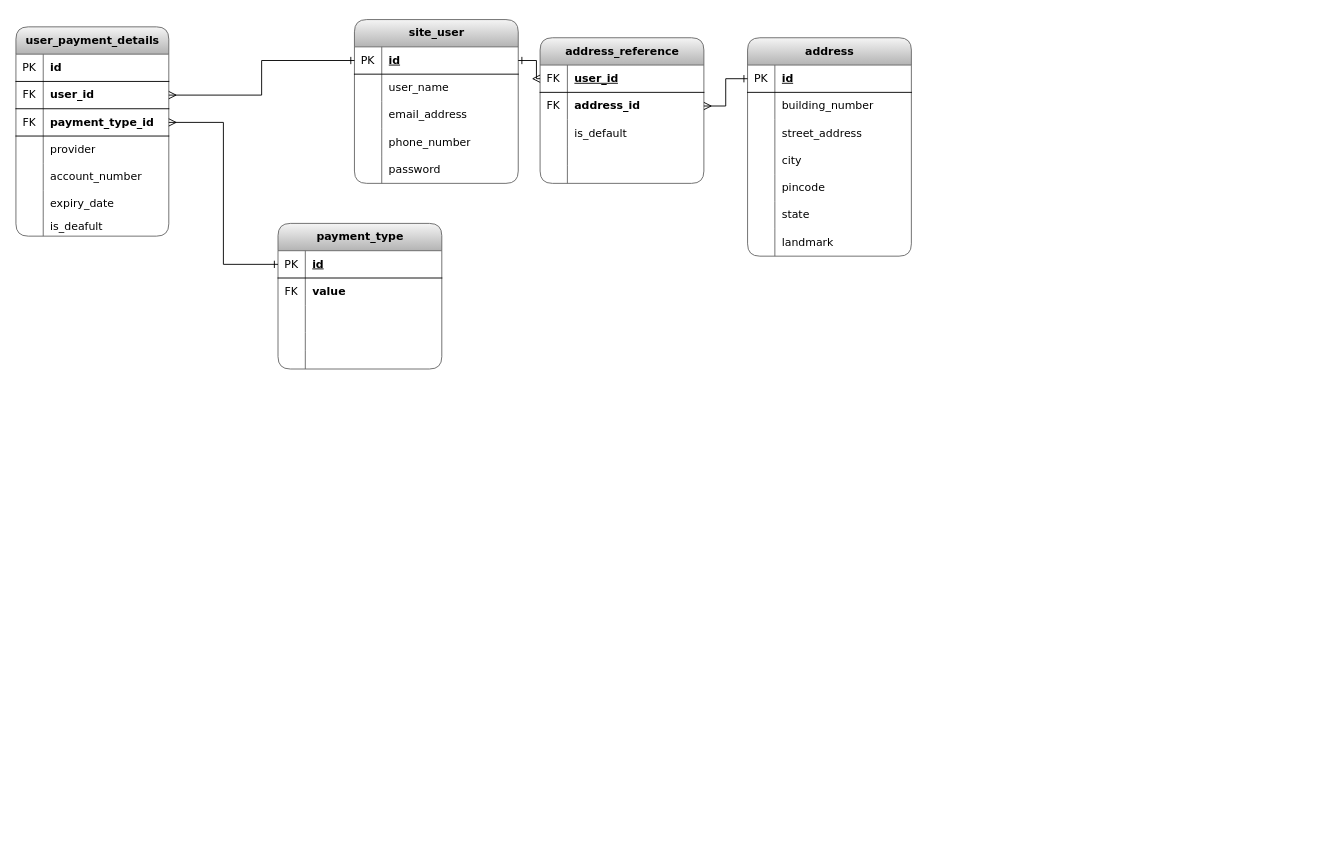
This is e-commerce.drawio from SanjibSaikia/Data-Modelling, a draw.io file, before an edit. Source tidied: cells renumbered, new cells numbered last; positions are measured from the earlier drawing's top-left corner, leaving out a move shared by most shapes. Both pictures are drawn from the tidied source at 91%, with x=0, y=0 at pixel (15, 19).
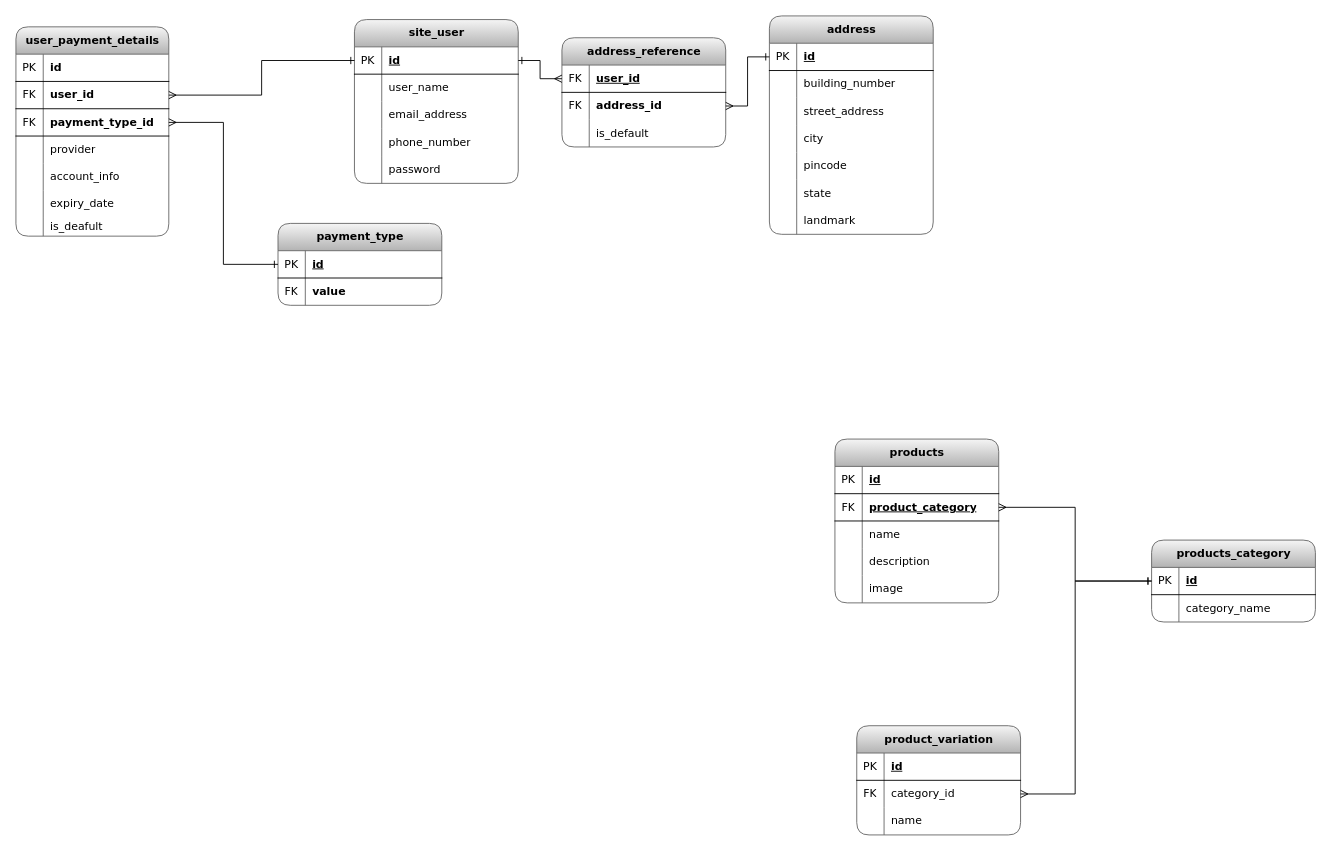
Above is the later version.

Unchanged cells that the change refers to:
```xml
<mxCell id="71" style="shape=tableRow;horizontal=0;startSize=0;swimlaneHead=0;swimlaneBody=0;fillColor=none;top=0;left=0;right=0;bottom=0;fontFamily=Verdana;fontStyle=0;" parent="58" vertex="1">
  <mxGeometry y="150" width="168" height="30" as="geometry" />
</mxCell>
```

The edit, as a diff of the source:
```diff
@@
     <mxCell id="18" value="&lt;b&gt;address&lt;/b&gt;" style="shape=table;startSize=30;childLayout=tableLayout;rowLines=0;fontStyle=0;align=center;html=1;strokeColor=#666666;swimlaneLine=1;rounded=1;shadow=0;fontFamily=Verdana;fillColor=#f5f5f5;gradientColor=#b3b3b3;" parent="1" vertex="1">
-      <mxGeometry x="804" y="20" width="180" height="240" as="geometry" />
+      <mxGeometry x="828" y="-4" width="180" height="240" as="geometry" />
     </mxCell>
@@
     <mxCell id="40" value="&lt;b&gt;address_reference&lt;/b&gt;" style="shape=table;startSize=30;childLayout=tableLayout;rowLines=0;fontStyle=0;align=center;html=1;strokeColor=#666666;swimlaneLine=1;rounded=1;shadow=0;fontFamily=Verdana;fillColor=#f5f5f5;gradientColor=#b3b3b3;" parent="1" vertex="1">
-      <mxGeometry x="576" y="20" width="180" height="160" as="geometry" />
+      <mxGeometry x="600" y="20" width="180" height="120" as="geometry" />
     </mxCell>
@@
-    <mxCell id="50" style="shape=tableRow;horizontal=0;startSize=0;swimlaneHead=0;swimlaneBody=0;fillColor=none;top=0;left=0;right=0;bottom=0;fontFamily=Verdana;fontStyle=0;" parent="40" vertex="1">
-      <mxGeometry y="120" width="180" height="20" as="geometry" />
-    </mxCell>
-    <mxCell id="51" style="shape=partialRectangle;fillColor=none;top=0;left=0;bottom=0;right=0;overflow=hidden;whiteSpace=wrap;html=1;fontFamily=Verdana;fontStyle=0;" parent="50" vertex="1">
-      <mxGeometry width="30" height="20" as="geometry" />
-    </mxCell>
-    <mxCell id="52" style="shape=partialRectangle;fillColor=none;top=0;left=0;bottom=0;right=0;align=left;spacingLeft=6;overflow=hidden;whiteSpace=wrap;html=1;fontStyle=0;fontFamily=Verdana;" parent="50" vertex="1">
-      <mxGeometry x="30" width="150" height="20" as="geometry" />
-    </mxCell>
-    <mxCell id="53" style="shape=tableRow;horizontal=0;startSize=0;swimlaneHead=0;swimlaneBody=0;fillColor=none;top=0;left=0;right=0;bottom=0;fontFamily=Verdana;fontStyle=0;" parent="40" vertex="1">
-      <mxGeometry y="140" width="180" height="20" as="geometry" />
-    </mxCell>
-    <mxCell id="54" style="shape=partialRectangle;fillColor=none;top=0;left=0;bottom=0;right=0;overflow=hidden;whiteSpace=wrap;html=1;fontFamily=Verdana;fontStyle=0;" parent="53" vertex="1">
-      <mxGeometry width="30" height="20" as="geometry" />
-    </mxCell>
-    <mxCell id="55" style="shape=partialRectangle;fillColor=none;top=0;left=0;bottom=0;right=0;align=left;spacingLeft=6;overflow=hidden;whiteSpace=wrap;html=1;fontStyle=0;fontFamily=Verdana;" parent="53" vertex="1">
-      <mxGeometry x="30" width="150" height="20" as="geometry" />
-    </mxCell>
@@
-    <mxCell id="73" value="account_number" style="shape=partialRectangle;fillColor=none;top=0;left=0;bottom=0;right=0;align=left;spacingLeft=6;overflow=hidden;whiteSpace=wrap;html=1;fontStyle=0;fontFamily=Verdana;" parent="71" vertex="1">
+    <mxCell id="73" value="account_info" style="shape=partialRectangle;fillColor=none;top=0;left=0;bottom=0;right=0;align=left;spacingLeft=6;overflow=hidden;whiteSpace=wrap;html=1;fontStyle=0;fontFamily=Verdana;" parent="71" vertex="1">
       <mxGeometry x="30" width="138" height="30" as="geometry" />
     </mxCell>
@@
     <mxCell id="81" value="&lt;b&gt;payment_type&lt;/b&gt;" style="shape=table;startSize=30;childLayout=tableLayout;rowLines=0;fontStyle=0;align=center;html=1;strokeColor=#666666;swimlaneLine=1;rounded=1;shadow=0;fontFamily=Verdana;fillColor=#f5f5f5;gradientColor=#b3b3b3;" parent="1" vertex="1">
-      <mxGeometry x="288" y="224" width="180" height="160" as="geometry" />
+      <mxGeometry x="288" y="224" width="180" height="90" as="geometry" />
     </mxCell>
@@
-    <mxCell id="88" style="shape=tableRow;horizontal=0;startSize=0;swimlaneHead=0;swimlaneBody=0;fillColor=none;top=0;left=0;right=0;bottom=0;fontFamily=Verdana;fontStyle=0;" parent="81" vertex="1">
-      <mxGeometry y="90" width="180" height="30" as="geometry" />
-    </mxCell>
-    <mxCell id="89" style="shape=partialRectangle;fillColor=none;top=0;left=0;bottom=0;right=0;overflow=hidden;whiteSpace=wrap;html=1;fontFamily=Verdana;fontStyle=0;" parent="88" vertex="1">
-      <mxGeometry width="30" height="30" as="geometry" />
-    </mxCell>
-    <mxCell id="90" style="shape=partialRectangle;fillColor=none;top=0;left=0;bottom=0;right=0;align=left;spacingLeft=6;overflow=hidden;whiteSpace=wrap;html=1;fontStyle=0;fontFamily=Verdana;" parent="88" vertex="1">
-      <mxGeometry x="30" width="150" height="30" as="geometry" />
-    </mxCell>
-    <mxCell id="91" style="shape=tableRow;horizontal=0;startSize=0;swimlaneHead=0;swimlaneBody=0;fillColor=none;top=0;left=0;right=0;bottom=0;fontFamily=Verdana;fontStyle=0;" parent="81" vertex="1">
-      <mxGeometry y="120" width="180" height="20" as="geometry" />
-    </mxCell>
-    <mxCell id="92" style="shape=partialRectangle;fillColor=none;top=0;left=0;bottom=0;right=0;overflow=hidden;whiteSpace=wrap;html=1;fontFamily=Verdana;fontStyle=0;" parent="91" vertex="1">
-      <mxGeometry width="30" height="20" as="geometry" />
-    </mxCell>
-    <mxCell id="93" style="shape=partialRectangle;fillColor=none;top=0;left=0;bottom=0;right=0;align=left;spacingLeft=6;overflow=hidden;whiteSpace=wrap;html=1;fontStyle=0;fontFamily=Verdana;" parent="91" vertex="1">
-      <mxGeometry x="30" width="150" height="20" as="geometry" />
-    </mxCell>
-    <mxCell id="94" style="shape=tableRow;horizontal=0;startSize=0;swimlaneHead=0;swimlaneBody=0;fillColor=none;top=0;left=0;right=0;bottom=0;fontFamily=Verdana;fontStyle=0;" parent="81" vertex="1">
-      <mxGeometry y="140" width="180" height="20" as="geometry" />
-    </mxCell>
-    <mxCell id="95" style="shape=partialRectangle;fillColor=none;top=0;left=0;bottom=0;right=0;overflow=hidden;whiteSpace=wrap;html=1;fontFamily=Verdana;fontStyle=0;" parent="94" vertex="1">
-      <mxGeometry width="30" height="20" as="geometry" />
-    </mxCell>
-    <mxCell id="96" style="shape=partialRectangle;fillColor=none;top=0;left=0;bottom=0;right=0;align=left;spacingLeft=6;overflow=hidden;whiteSpace=wrap;html=1;fontStyle=0;fontFamily=Verdana;" parent="94" vertex="1">
-      <mxGeometry x="30" width="150" height="20" as="geometry" />
-    </mxCell>
@@
+    <mxCell id="98" value="&lt;b&gt;products&lt;/b&gt;" style="shape=table;startSize=30;childLayout=tableLayout;rowLines=0;fontStyle=0;align=center;html=1;strokeColor=#666666;swimlaneLine=1;rounded=1;shadow=0;fontFamily=Verdana;fillColor=#f5f5f5;gradientColor=#b3b3b3;" parent="1" vertex="1">
+      <mxGeometry x="900" y="461" width="180" height="180" as="geometry" />
+    </mxCell>
+    <mxCell id="99" style="shape=tableRow;horizontal=0;startSize=0;swimlaneHead=0;swimlaneBody=0;fillColor=none;top=0;left=0;right=0;bottom=1;fontFamily=Verdana;fontStyle=0;" parent="98" vertex="1">
+      <mxGeometry y="30" width="180" height="30" as="geometry" />
+    </mxCell>
+    <mxCell id="100" value="PK" style="shape=partialRectangle;fillColor=none;top=0;left=0;bottom=0;right=0;fontStyle=0;overflow=hidden;whiteSpace=wrap;html=1;fontFamily=Verdana;" parent="99" vertex="1">
+      <mxGeometry width="30" height="30" as="geometry" />
+    </mxCell>
+    <mxCell id="101" value="id" style="shape=partialRectangle;fillColor=none;top=0;left=0;bottom=0;right=0;align=left;spacingLeft=6;fontStyle=5;overflow=hidden;whiteSpace=wrap;html=1;fontFamily=Verdana;" parent="99" vertex="1">
+      <mxGeometry x="30" width="150" height="30" as="geometry" />
+    </mxCell>
+    <mxCell id="102" style="shape=tableRow;horizontal=0;startSize=0;swimlaneHead=0;swimlaneBody=0;fillColor=none;points=[[0,0.5],[1,0.5]];portConstraint=eastwest;top=0;left=0;right=0;bottom=1;fontFamily=Verdana;fontStyle=0;" parent="98" vertex="1">
+      <mxGeometry y="60" width="180" height="30" as="geometry" />
+    </mxCell>
+    <mxCell id="103" value="FK" style="shape=partialRectangle;fillColor=none;top=0;left=0;bottom=0;right=0;fontStyle=0;overflow=hidden;whiteSpace=wrap;html=1;fontFamily=Verdana;" parent="102" vertex="1">
+      <mxGeometry width="30" height="30" as="geometry" />
+    </mxCell>
+    <mxCell id="104" value="product_category" style="shape=partialRectangle;fillColor=none;top=0;left=0;bottom=0;right=0;align=left;spacingLeft=6;fontStyle=5;overflow=hidden;whiteSpace=wrap;html=1;fontFamily=Verdana;" parent="102" vertex="1">
+      <mxGeometry x="30" width="150" height="30" as="geometry" />
+    </mxCell>
+    <mxCell id="105" style="shape=tableRow;horizontal=0;startSize=0;swimlaneHead=0;swimlaneBody=0;fillColor=none;top=0;left=0;right=0;bottom=0;fontFamily=Verdana;fontStyle=0;" parent="98" vertex="1">
+      <mxGeometry y="90" width="180" height="30" as="geometry" />
+    </mxCell>
+    <mxCell id="106" style="shape=partialRectangle;fillColor=none;top=0;left=0;bottom=0;right=0;overflow=hidden;whiteSpace=wrap;html=1;fontFamily=Verdana;fontStyle=0;" parent="105" vertex="1">
+      <mxGeometry width="30" height="30" as="geometry" />
+    </mxCell>
+    <mxCell id="107" value="name" style="shape=partialRectangle;fillColor=none;top=0;left=0;bottom=0;right=0;align=left;spacingLeft=6;overflow=hidden;whiteSpace=wrap;html=1;fontStyle=0;fontFamily=Verdana;" parent="105" vertex="1">
+      <mxGeometry x="30" width="150" height="30" as="geometry" />
+    </mxCell>
+    <mxCell id="108" style="shape=tableRow;horizontal=0;startSize=0;swimlaneHead=0;swimlaneBody=0;fillColor=none;top=0;left=0;right=0;bottom=0;fontFamily=Verdana;fontStyle=0;" parent="98" vertex="1">
+      <mxGeometry y="120" width="180" height="30" as="geometry" />
+    </mxCell>
+    <mxCell id="109" style="shape=partialRectangle;fillColor=none;top=0;left=0;bottom=0;right=0;overflow=hidden;whiteSpace=wrap;html=1;fontFamily=Verdana;fontStyle=0;" parent="108" vertex="1">
+      <mxGeometry width="30" height="30" as="geometry" />
+    </mxCell>
+    <mxCell id="110" value="description" style="shape=partialRectangle;fillColor=none;top=0;left=0;bottom=0;right=0;align=left;spacingLeft=6;overflow=hidden;whiteSpace=wrap;html=1;fontStyle=0;fontFamily=Verdana;" parent="108" vertex="1">
+      <mxGeometry x="30" width="150" height="30" as="geometry" />
+    </mxCell>
+    <mxCell id="111" style="shape=tableRow;horizontal=0;startSize=0;swimlaneHead=0;swimlaneBody=0;fillColor=none;top=0;left=0;right=0;bottom=0;fontFamily=Verdana;fontStyle=0;" parent="98" vertex="1">
+      <mxGeometry y="150" width="180" height="30" as="geometry" />
+    </mxCell>
+    <mxCell id="112" style="shape=partialRectangle;fillColor=none;top=0;left=0;bottom=0;right=0;overflow=hidden;whiteSpace=wrap;html=1;fontFamily=Verdana;fontStyle=0;" parent="111" vertex="1">
+      <mxGeometry width="30" height="30" as="geometry" />
+    </mxCell>
+    <mxCell id="113" value="image" style="shape=partialRectangle;fillColor=none;top=0;left=0;bottom=0;right=0;align=left;spacingLeft=6;overflow=hidden;whiteSpace=wrap;html=1;fontStyle=0;fontFamily=Verdana;" parent="111" vertex="1">
+      <mxGeometry x="30" width="150" height="30" as="geometry" />
+    </mxCell>
+    <mxCell id="114" value="&lt;b&gt;products_category&lt;/b&gt;" style="shape=table;startSize=30;childLayout=tableLayout;rowLines=0;fontStyle=0;align=center;html=1;strokeColor=#666666;swimlaneLine=1;rounded=1;shadow=0;fontFamily=Verdana;fillColor=#f5f5f5;gradientColor=#b3b3b3;" parent="1" vertex="1">
+      <mxGeometry x="1248" y="572" width="180" height="90" as="geometry" />
+    </mxCell>
+    <mxCell id="115" style="shape=tableRow;horizontal=0;startSize=0;swimlaneHead=0;swimlaneBody=0;fillColor=none;points=[[0,0.5],[1,0.5]];portConstraint=eastwest;top=0;left=0;right=0;bottom=1;fontFamily=Verdana;fontStyle=0;" parent="114" vertex="1">
+      <mxGeometry y="30" width="180" height="30" as="geometry" />
+    </mxCell>
+    <mxCell id="116" value="PK" style="shape=partialRectangle;fillColor=none;top=0;left=0;bottom=0;right=0;fontStyle=0;overflow=hidden;whiteSpace=wrap;html=1;fontFamily=Verdana;" parent="115" vertex="1">
+      <mxGeometry width="30" height="30" as="geometry" />
+    </mxCell>
+    <mxCell id="117" value="id" style="shape=partialRectangle;fillColor=none;top=0;left=0;bottom=0;right=0;align=left;spacingLeft=6;fontStyle=5;overflow=hidden;whiteSpace=wrap;html=1;fontFamily=Verdana;" parent="115" vertex="1">
+      <mxGeometry x="30" width="150" height="30" as="geometry" />
+    </mxCell>
+    <mxCell id="118" style="shape=tableRow;horizontal=0;startSize=0;swimlaneHead=0;swimlaneBody=0;fillColor=none;top=0;left=0;right=0;bottom=0;fontFamily=Verdana;fontStyle=0;" parent="114" vertex="1">
+      <mxGeometry y="60" width="180" height="30" as="geometry" />
+    </mxCell>
+    <mxCell id="119" style="shape=partialRectangle;fillColor=none;top=0;left=0;bottom=0;right=0;overflow=hidden;whiteSpace=wrap;html=1;fontFamily=Verdana;fontStyle=0;" parent="118" vertex="1">
+      <mxGeometry width="30" height="30" as="geometry" />
+    </mxCell>
+    <mxCell id="120" value="category_name" style="shape=partialRectangle;fillColor=none;top=0;left=0;bottom=0;right=0;align=left;spacingLeft=6;overflow=hidden;whiteSpace=wrap;html=1;fontStyle=0;fontFamily=Verdana;" parent="118" vertex="1">
+      <mxGeometry x="30" width="150" height="30" as="geometry" />
+    </mxCell>
+    <mxCell id="121" style="edgeStyle=orthogonalEdgeStyle;rounded=0;jettySize=auto;html=1;exitX=1;exitY=0.5;exitDx=0;exitDy=0;entryX=0;entryY=0.5;entryDx=0;entryDy=0;startArrow=ERmany;startFill=0;endArrow=ERone;endFill=0;" parent="1" edge="1" source="102" target="114">
+      <mxGeometry relative="1" as="geometry" />
+    </mxCell>
+    <mxCell id="122" value="&lt;b&gt;product_variation&lt;/b&gt;" style="shape=table;startSize=30;childLayout=tableLayout;rowLines=0;fontStyle=0;align=center;html=1;strokeColor=#666666;swimlaneLine=1;rounded=1;shadow=0;fontFamily=Verdana;fillColor=#f5f5f5;gradientColor=#b3b3b3;" parent="1" vertex="1">
+      <mxGeometry x="924" y="776" width="180" height="120" as="geometry" />
+    </mxCell>
+    <mxCell id="123" style="shape=tableRow;horizontal=0;startSize=0;swimlaneHead=0;swimlaneBody=0;fillColor=none;top=0;left=0;right=0;bottom=1;fontFamily=Verdana;fontStyle=0;" parent="122" vertex="1">
+      <mxGeometry y="30" width="180" height="30" as="geometry" />
+    </mxCell>
+    <mxCell id="124" value="PK" style="shape=partialRectangle;fillColor=none;top=0;left=0;bottom=0;right=0;fontStyle=0;overflow=hidden;whiteSpace=wrap;html=1;fontFamily=Verdana;" parent="123" vertex="1">
+      <mxGeometry width="30" height="30" as="geometry" />
+    </mxCell>
+    <mxCell id="125" value="id" style="shape=partialRectangle;fillColor=none;top=0;left=0;bottom=0;right=0;align=left;spacingLeft=6;fontStyle=5;overflow=hidden;whiteSpace=wrap;html=1;fontFamily=Verdana;" parent="123" vertex="1">
+      <mxGeometry x="30" width="150" height="30" as="geometry" />
+    </mxCell>
+    <mxCell id="126" style="shape=tableRow;horizontal=0;startSize=0;swimlaneHead=0;swimlaneBody=0;fillColor=none;points=[[0,0.5],[1,0.5]];portConstraint=eastwest;top=0;left=0;right=0;bottom=0;fontFamily=Verdana;fontStyle=0;" parent="122" vertex="1">
+      <mxGeometry y="60" width="180" height="30" as="geometry" />
+    </mxCell>
+    <mxCell id="127" value="FK" style="shape=partialRectangle;fillColor=none;top=0;left=0;bottom=0;right=0;overflow=hidden;whiteSpace=wrap;html=1;fontFamily=Verdana;fontStyle=0;" parent="126" vertex="1">
+      <mxGeometry width="30" height="30" as="geometry" />
+    </mxCell>
+    <mxCell id="128" value="category_id" style="shape=partialRectangle;fillColor=none;top=0;left=0;bottom=0;right=0;align=left;spacingLeft=6;overflow=hidden;whiteSpace=wrap;html=1;fontStyle=0;fontFamily=Verdana;" parent="126" vertex="1">
+      <mxGeometry x="30" width="150" height="30" as="geometry" />
+    </mxCell>
+    <mxCell id="129" style="shape=tableRow;horizontal=0;startSize=0;swimlaneHead=0;swimlaneBody=0;fillColor=none;top=0;left=0;right=0;bottom=0;fontFamily=Verdana;fontStyle=0;" parent="122" vertex="1">
+      <mxGeometry y="90" width="180" height="30" as="geometry" />
+    </mxCell>
+    <mxCell id="130" style="shape=partialRectangle;fillColor=none;top=0;left=0;bottom=0;right=0;overflow=hidden;whiteSpace=wrap;html=1;fontFamily=Verdana;fontStyle=0;" parent="129" vertex="1">
+      <mxGeometry width="30" height="30" as="geometry" />
+    </mxCell>
+    <mxCell id="131" value="name" style="shape=partialRectangle;fillColor=none;top=0;left=0;bottom=0;right=0;align=left;spacingLeft=6;overflow=hidden;whiteSpace=wrap;html=1;fontStyle=0;fontFamily=Verdana;" parent="129" vertex="1">
+      <mxGeometry x="30" width="150" height="30" as="geometry" />
+    </mxCell>
+    <mxCell id="132" style="edgeStyle=orthogonalEdgeStyle;rounded=0;jettySize=auto;html=1;exitX=1;exitY=0.5;exitDx=0;exitDy=0;entryX=0;entryY=0.5;entryDx=0;entryDy=0;startArrow=ERmany;startFill=0;endArrow=ERone;endFill=0;" parent="1" edge="1" source="126" target="115">
+      <mxGeometry relative="1" as="geometry">
+        <Array as="points">
+          <mxPoint x="1164" y="851" />
+          <mxPoint x="1164" y="617" />
+        </Array>
+      </mxGeometry>
+    </mxCell>
```
